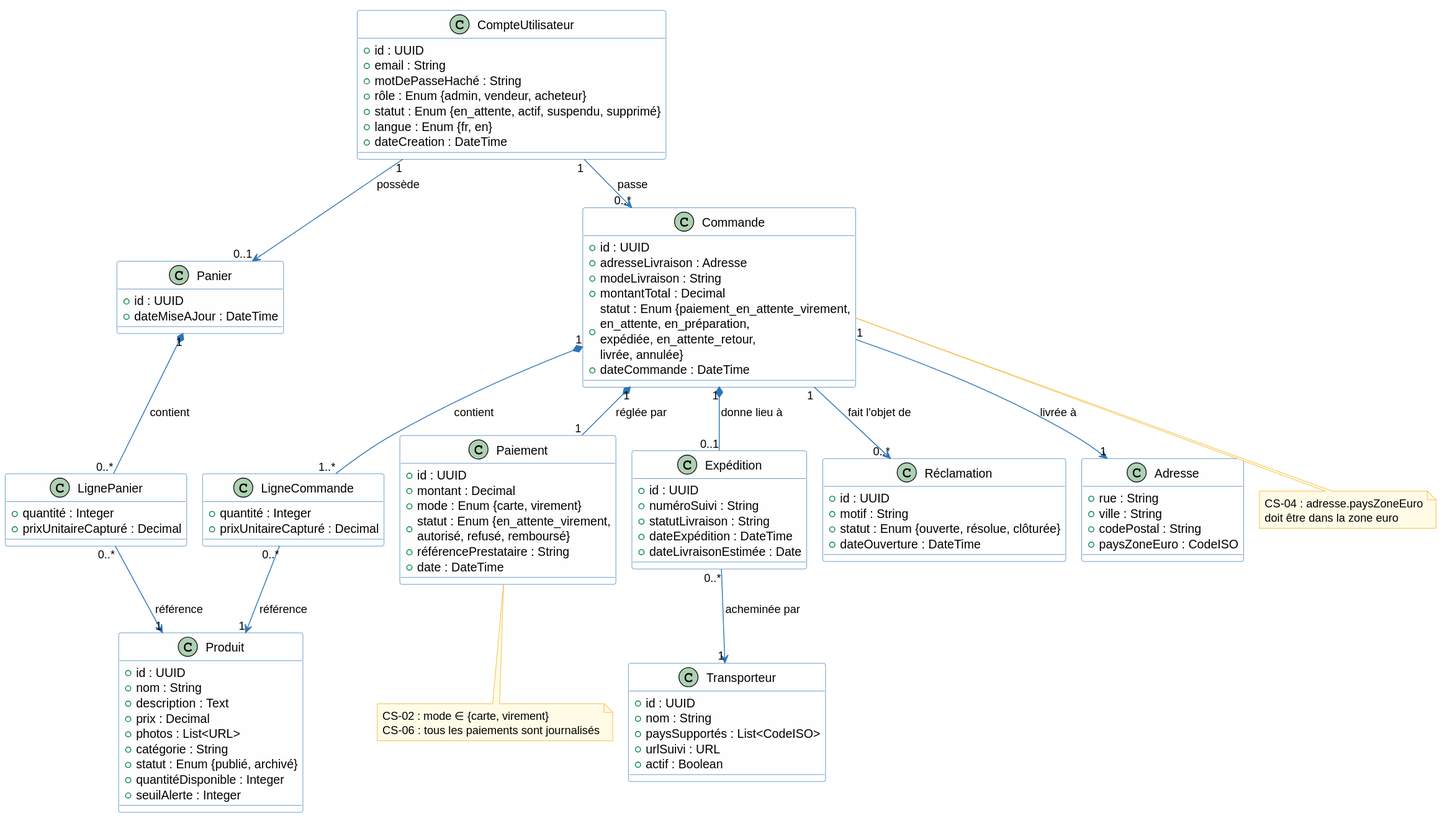
louistalvande/online_shop keeps this PlantUML diagram as architecture/02-system-analysis/diagrams/sa-classes.svg. Above is the earlier version.
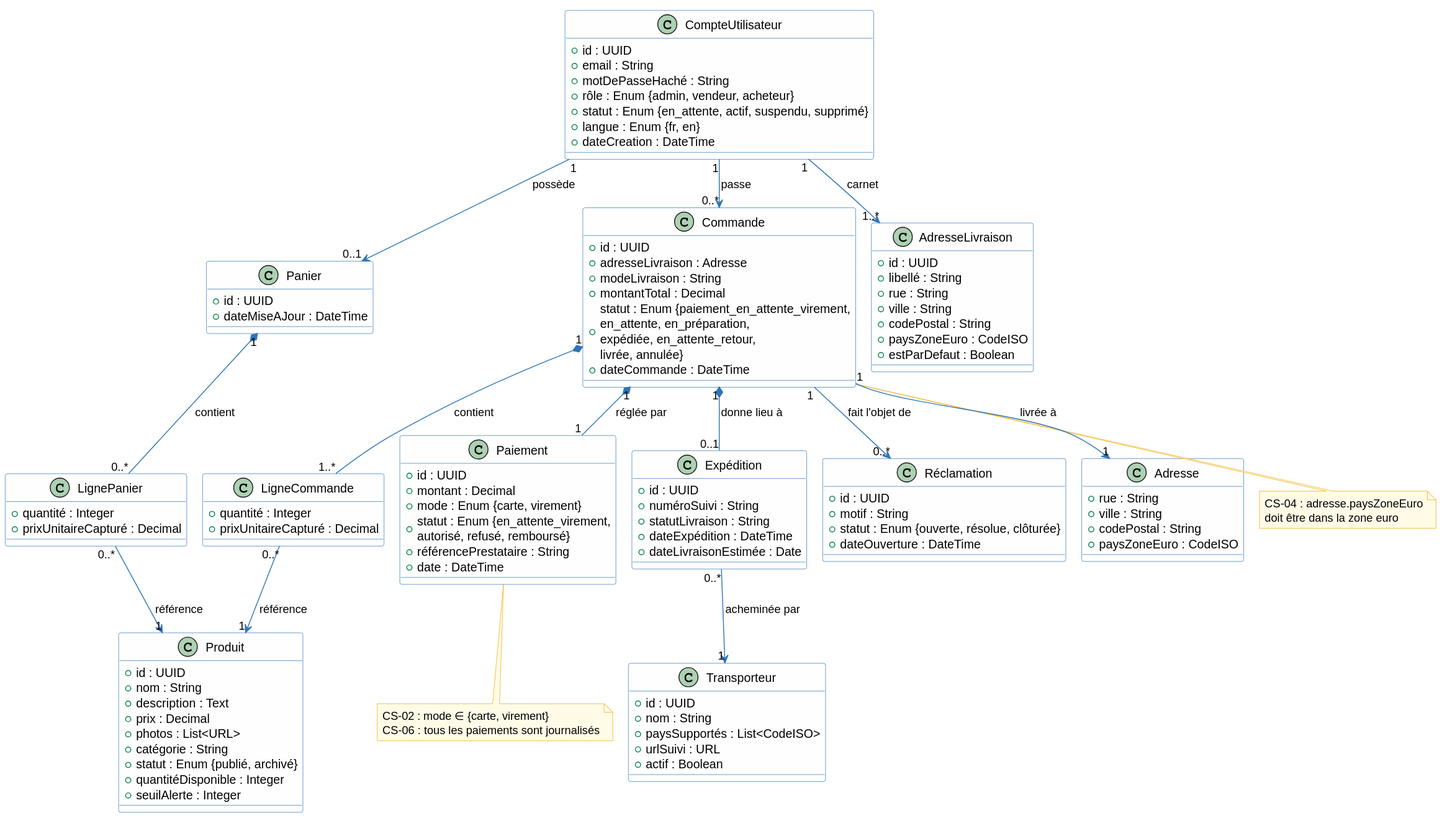
Later version of the same file.

Diff of the diagram source:
```diff
@@ -90,6 +90,17 @@
   + paysZoneEuro : CodeISO
 }
 
+class AdresseLivraison {
+  + id : UUID
+  + libellé : String
+  + rue : String
+  + ville : String
+  + codePostal : String
+  + paysZoneEuro : CodeISO
+  + estParDefaut : Boolean
+}
+
+CompteUtilisateur "1" --> "1..*" AdresseLivraison : carnet
 CompteUtilisateur "1" --> "0..1" Panier : possède
 CompteUtilisateur "1" --> "0..*" Commande : passe
 Panier "1" *-- "0..*" LignePanier : contient
```
